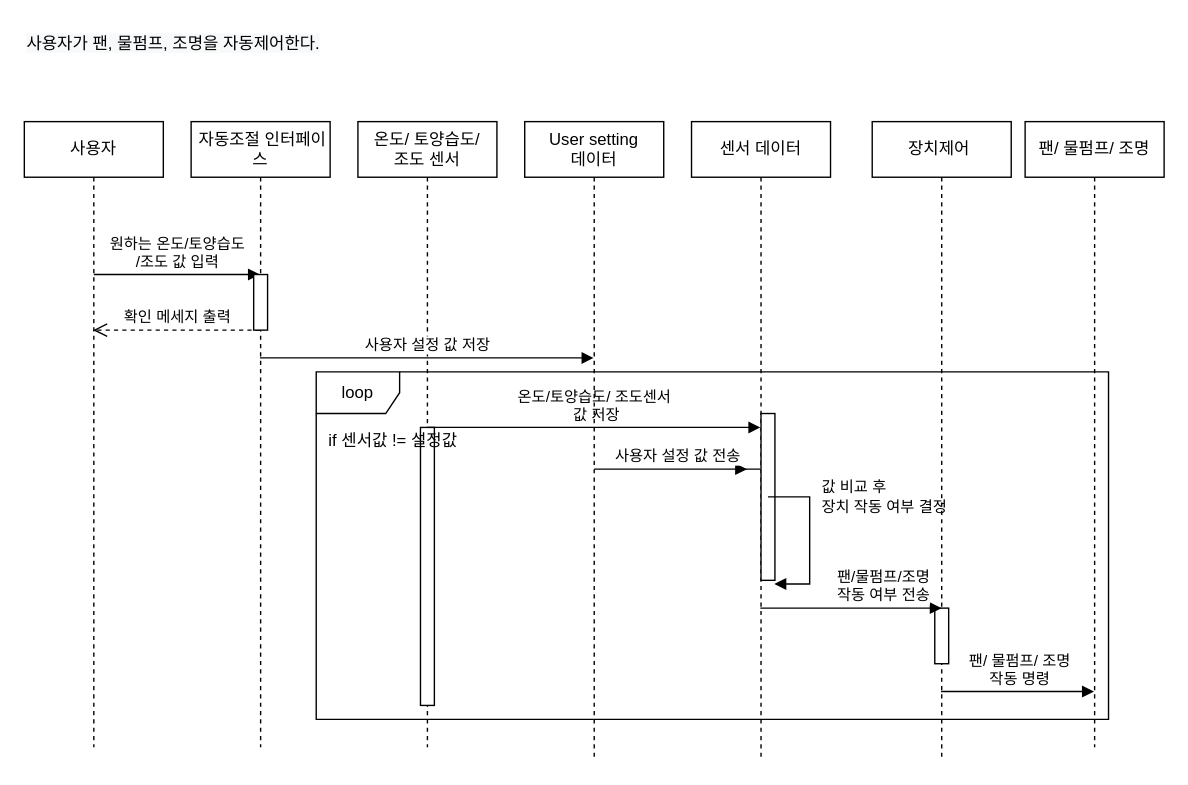
The draw.io diagram 5주차/시퀀스 다이어그램/auto_sqd.drawio in sonmyungwon/Software-Development, before the edit. Source tidied: cells renumbered, new cells numbered last; positions are measured from the earlier drawing's top-left corner, leaving out a move shared by most shapes. Both pictures are drawn from the tidied source at 139%, with x=0, y=0 at pixel (24, 24).
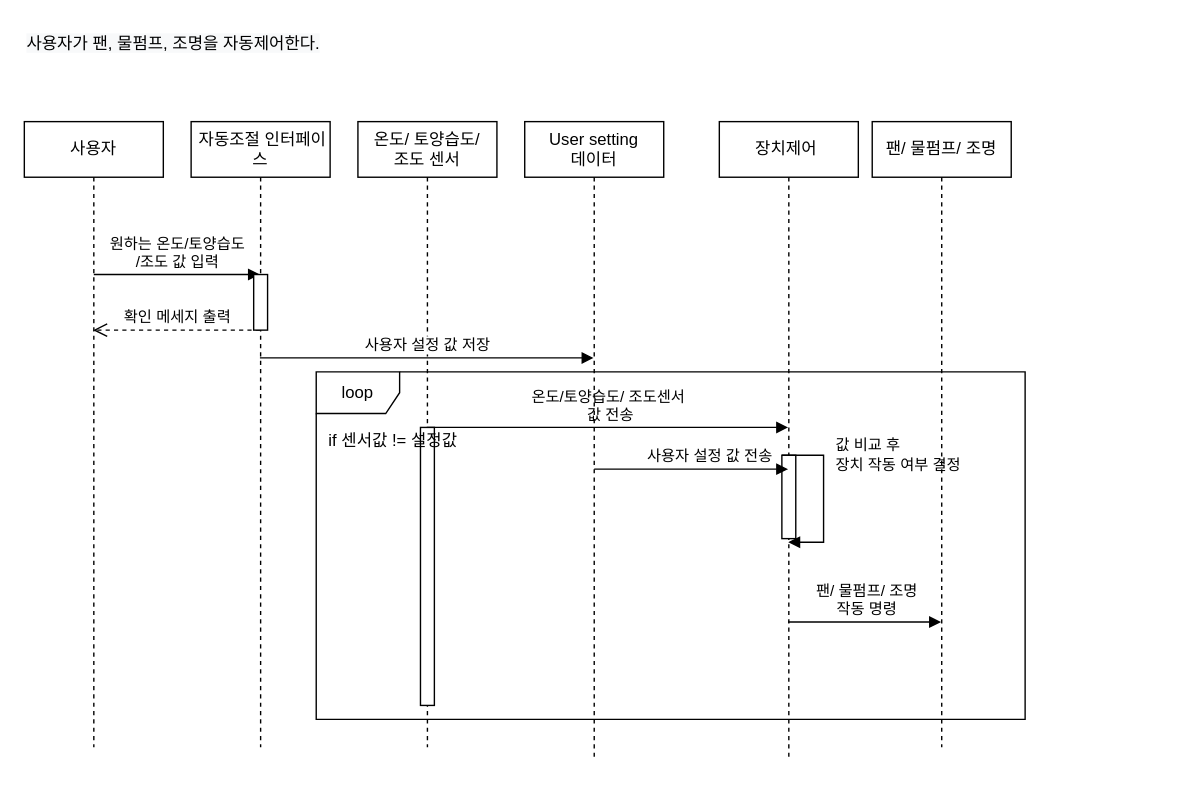
The same page after the edit.

Unchanged cells that the change refers to:
```xml
<mxCell id="14" value="온도/ 토양습도/ &lt;br&gt;조도 센서" style="shape=umlLifeline;perimeter=lifelinePerimeter;whiteSpace=wrap;html=1;outlineConnect=0;" parent="1" vertex="1">
  <mxGeometry x="240" y="70" width="100" height="450" as="geometry" />
</mxCell>
```

What changed in the source:
```diff
@@
     <mxCell id="2" value="loop" style="shape=umlFrame;whiteSpace=wrap;html=1;" parent="1" vertex="1">
-      <mxGeometry x="210" y="250" width="570" height="250" as="geometry" />
+      <mxGeometry x="210" y="250" width="510" height="250" as="geometry" />
     </mxCell>
@@
-    <mxCell id="9" value="센서 데이터" style="shape=umlLifeline;perimeter=lifelinePerimeter;whiteSpace=wrap;html=1;outlineConnect=0;" parent="1" vertex="1">
-      <mxGeometry x="480" y="70" width="100" height="460" as="geometry" />
-    </mxCell>
-    <mxCell id="10" style="html=1;points=[];perimeter=orthogonalPerimeter;" parent="9" vertex="1">
-      <mxGeometry x="50" y="210" width="10" height="120" as="geometry" />
-    </mxCell>
+    <mxCell id="12" value="장치제어&amp;nbsp;" style="shape=umlLifeline;perimeter=lifelinePerimeter;whiteSpace=wrap;html=1;outlineConnect=0;" parent="1" vertex="1">
+      <mxGeometry x="500" y="70" width="100" height="460" as="geometry" />
+    </mxCell>
+    <mxCell id="24" style="html=1;perimeter=orthogonalPerimeter;" parent="12" vertex="1">
+      <mxGeometry x="45" y="240" width="10" height="60" as="geometry" />
+    </mxCell>
-    <mxCell id="11" value="값 비교 후&amp;nbsp;&lt;br&gt;장치 작동 여부 결정" style="edgeStyle=orthogonalEdgeStyle;html=1;align=left;spacingLeft=2;endArrow=block;rounded=0;entryX=0.96;entryY=1.022;entryDx=0;entryDy=0;entryPerimeter=0;" parent="9" edge="1" target="10">
+    <mxCell id="11" value="값 비교 후&amp;nbsp;&lt;br&gt;장치 작동 여부 결정" style="edgeStyle=orthogonalEdgeStyle;html=1;align=left;spacingLeft=2;endArrow=block;rounded=0;entryX=0.96;entryY=1.022;entryDx=0;entryDy=0;entryPerimeter=0;" parent="12" edge="1">
       <mxGeometry x="-0.49" y="5" relative="1" as="geometry">
-        <mxPoint x="55" y="270" as="sourcePoint" />
+        <mxPoint x="45" y="240" as="sourcePoint" />
+        <mxPoint x="49.6" y="302.6" as="targetPoint" />
         <Array as="points">
-          <mxPoint x="85" y="270" />
-          <mxPoint x="85" y="333" />
+          <mxPoint x="75" y="240" />
+          <mxPoint x="75" y="303" />
         </Array>
       </mxGeometry>
     </mxCell>
-    <mxCell id="12" value="장치제어&amp;nbsp;" style="shape=umlLifeline;perimeter=lifelinePerimeter;whiteSpace=wrap;html=1;outlineConnect=0;" parent="1" vertex="1">
-      <mxGeometry x="610" y="70" width="100" height="460" as="geometry" />
-    </mxCell>
-    <mxCell id="13" style="html=1;perimeter=orthogonalPerimeter;" parent="12" vertex="1">
-      <mxGeometry x="45" y="350" width="10" height="40" as="geometry" />
-    </mxCell>
@@
-    <mxCell id="18" value="온도/토양습도/ 조도센서&lt;br&gt;&amp;nbsp;값 저장" style="html=1;verticalAlign=bottom;endArrow=block;rounded=0;" parent="1" edge="1" source="14" target="9">
+    <mxCell id="18" value="온도/토양습도/ 조도센서&lt;br&gt;&amp;nbsp;값 전송" style="html=1;verticalAlign=bottom;endArrow=block;rounded=0;" parent="1" edge="1" source="14" target="12">
       <mxGeometry relative="1" as="geometry">
         <Array as="points">
           <mxPoint x="390" y="290" />
         </Array>
       </mxGeometry>
     </mxCell>
-    <mxCell id="19" value="팬/물펌프/조명 &lt;br&gt;작동 여부 전송" style="html=1;verticalAlign=bottom;endArrow=block;rounded=0;" parent="1" edge="1" source="9" target="12">
-      <mxGeometry x="0.34" relative="1" as="geometry">
-        <Array as="points">
-          <mxPoint x="660" y="420" />
-        </Array>
-      </mxGeometry>
-    </mxCell>
-    <mxCell id="20" value="사용자 설정 값 전송" style="html=1;verticalAlign=bottom;endArrow=block;rounded=0;" parent="1" edge="1" source="9">
+    <mxCell id="20" value="사용자 설정 값 전송" style="html=1;verticalAlign=bottom;endArrow=block;rounded=0;" parent="1" edge="1" target="12">
       <mxGeometry x="0.56" relative="1" as="geometry">
-        <mxPoint x="520" y="320" as="targetPoint" />
+        <mxPoint x="529.5" y="320" as="sourcePoint" />
         <Array as="points">
           <mxPoint x="410" y="320" />
         </Array>
       </mxGeometry>
     </mxCell>
     <mxCell id="21" value="팬/ 물펌프/ 조명 &lt;br&gt;작동 명령" style="html=1;verticalAlign=bottom;endArrow=block;rounded=0;" parent="1" edge="1" source="12" target="22">
       <mxGeometry relative="1" as="geometry">
         <Array as="points">
-          <mxPoint x="720" y="480" />
+          <mxPoint x="610" y="430" />
         </Array>
         <mxPoint x="1" as="offset" />
       </mxGeometry>
     </mxCell>
     <mxCell id="22" value="팬/ 물펌프/ 조명" style="shape=umlLifeline;perimeter=lifelinePerimeter;whiteSpace=wrap;html=1;outlineConnect=0;" parent="1" vertex="1">
-      <mxGeometry x="720" y="70" width="100" height="450" as="geometry" />
+      <mxGeometry x="610" y="70" width="100" height="450" as="geometry" />
     </mxCell>
```
